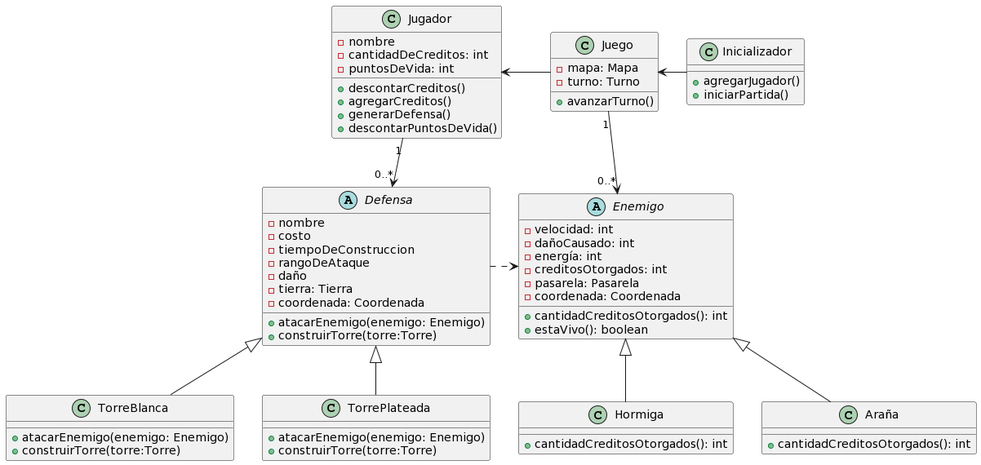
Above: diagrams/classes/DC_1.png in Aldumogi/AlgoDefense (PlantUML), before the change. The source it was exported from:
```plantuml
@startuml
abstract Enemigo {
- velocidad: int
- dañoCausado: int
- energía: int
- creditosOtorgados: int
- pasarela: Pasarela
- coordenada: Coordenada
+ cantidadCreditosOtorgados(): int
+ estaVivo(): boolean
}

class Hormiga {
+ cantidadCreditosOtorgados(): int
}

class Araña {
+ cantidadCreditosOtorgados(): int
}

class Juego {
- mapa: Mapa
- turno: Turno
+ avanzarTurno()
}

class Inicializador {
+ agregarJugador()
+ iniciarPartida()
}

abstract Defensa {
- nombre
- costo
- tiempoDeConstruccion
- rangoDeAtaque
- daño
- tierra: Tierra
- coordenada: Coordenada
+ atacarEnemigo(enemigo: Enemigo)
+ construirTorre(torre:Torre)
}

class TorreBlanca {
+ atacarEnemigo(enemigo: Enemigo)
+ construirTorre(torre:Torre)
}

class TorrePlateada {
+ atacarEnemigo(enemigo: Enemigo)
+ construirTorre(torre:Torre)
}

class Jugador {
- nombre
- cantidadDeCreditos: int
- puntosDeVida: int
+ descontarCreditos()
+ agregarCreditos()
+ generarDefensa()
+ descontarPuntosDeVida()
}

Defensa <|-- TorreBlanca
Defensa <|-- TorrePlateada

Enemigo <|-- Hormiga
Enemigo <|-- Araña

Juego <- Inicializador
Juego "1" --> "0..*" Enemigo
Jugador <- Juego
Jugador "1" --> "0..*" Defensa
Defensa .> Enemigo
@enduml
```
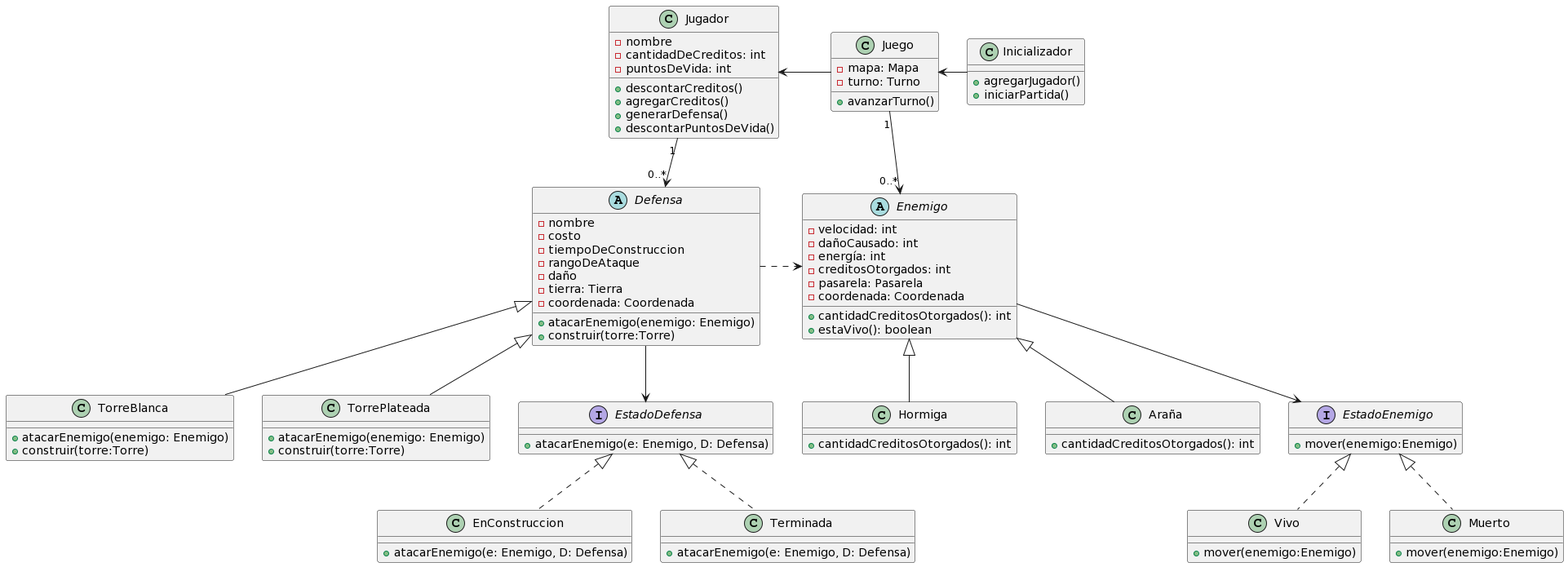
After the commit.

Change to the diagram source:
```diff
@@ -38,17 +38,17 @@
 - tierra: Tierra
 - coordenada: Coordenada
 + atacarEnemigo(enemigo: Enemigo)
-+ construirTorre(torre:Torre)
++ construir(torre:Torre)
 }
 
 class TorreBlanca {
 + atacarEnemigo(enemigo: Enemigo)
-+ construirTorre(torre:Torre)
++ construir(torre:Torre)
 }
 
 class TorrePlateada {
 + atacarEnemigo(enemigo: Enemigo)
-+ construirTorre(torre:Torre)
++ construir(torre:Torre)
 }
 
 class Jugador {
@@ -61,8 +61,42 @@
 + descontarPuntosDeVida()
 }
 
+
+interface EstadoDefensa {
++atacarEnemigo(e: Enemigo, D: Defensa)
+}
+
+class EnConstruccion {
++atacarEnemigo(e: Enemigo, D: Defensa)
+}
+
+class Terminada {
++atacarEnemigo(e: Enemigo, D: Defensa)
+}
+
+
+interface EstadoEnemigo {
++ mover(enemigo:Enemigo)
+}
+
+class Vivo {
++ mover(enemigo:Enemigo)
+}
+
+class Muerto {
++ mover(enemigo:Enemigo)
+}
+
+EstadoEnemigo <|.. Vivo
+EstadoEnemigo <|.. Muerto
+
+EstadoDefensa <|.. EnConstruccion
+EstadoDefensa <|.. Terminada
+
 Defensa <|-- TorreBlanca
 Defensa <|-- TorrePlateada
+
+
 
 Enemigo <|-- Hormiga
 Enemigo <|-- Araña
@@ -72,4 +106,6 @@
 Jugador <- Juego
 Jugador "1" --> "0..*" Defensa
 Defensa .> Enemigo
+Defensa --> EstadoDefensa
+Enemigo --> EstadoEnemigo
 @enduml
```
